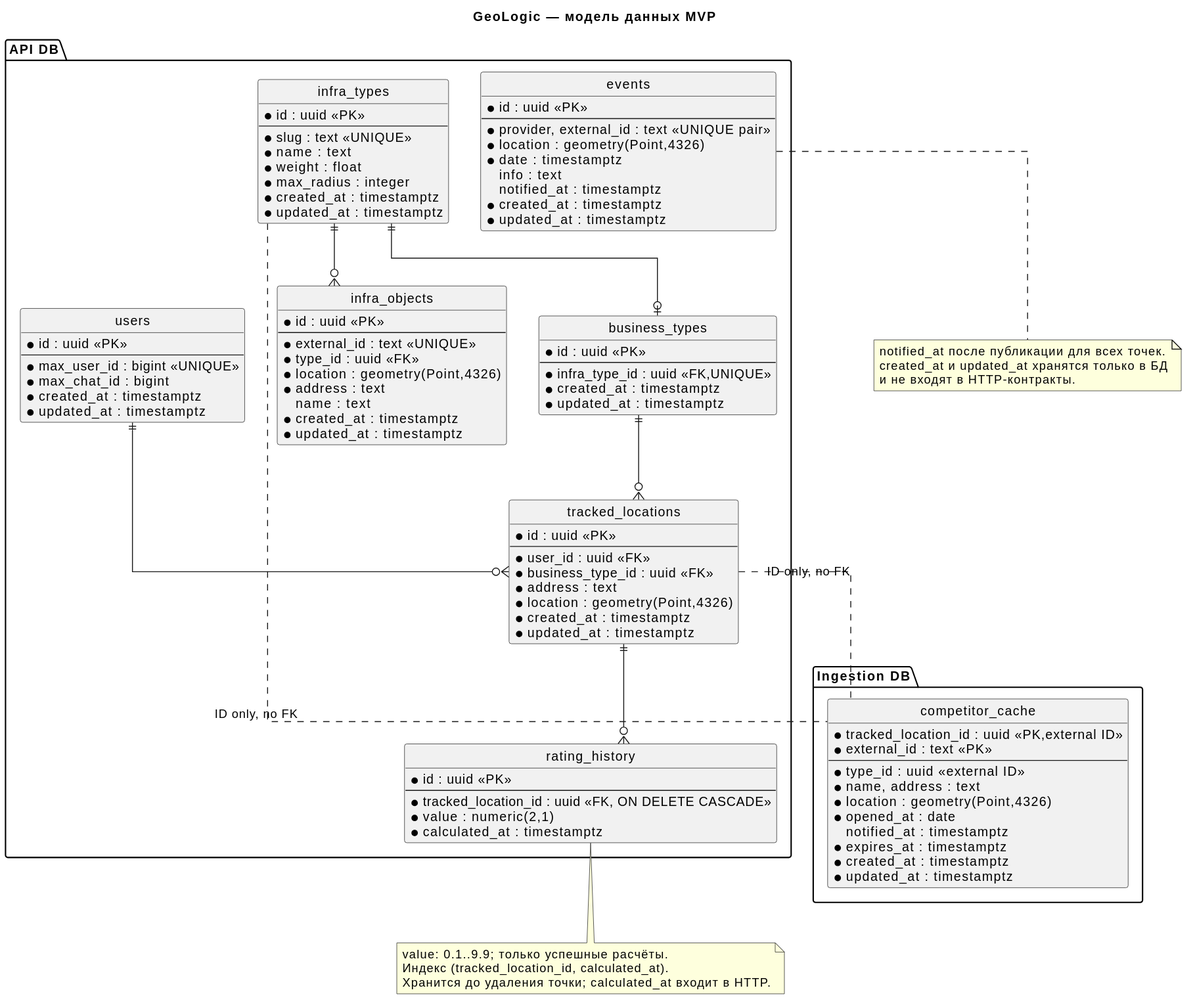
Earlier version of the PlantUML export docs/diagrams/rendered/er-model.svg (kotafan1rich/GeoLogic-Monitor).
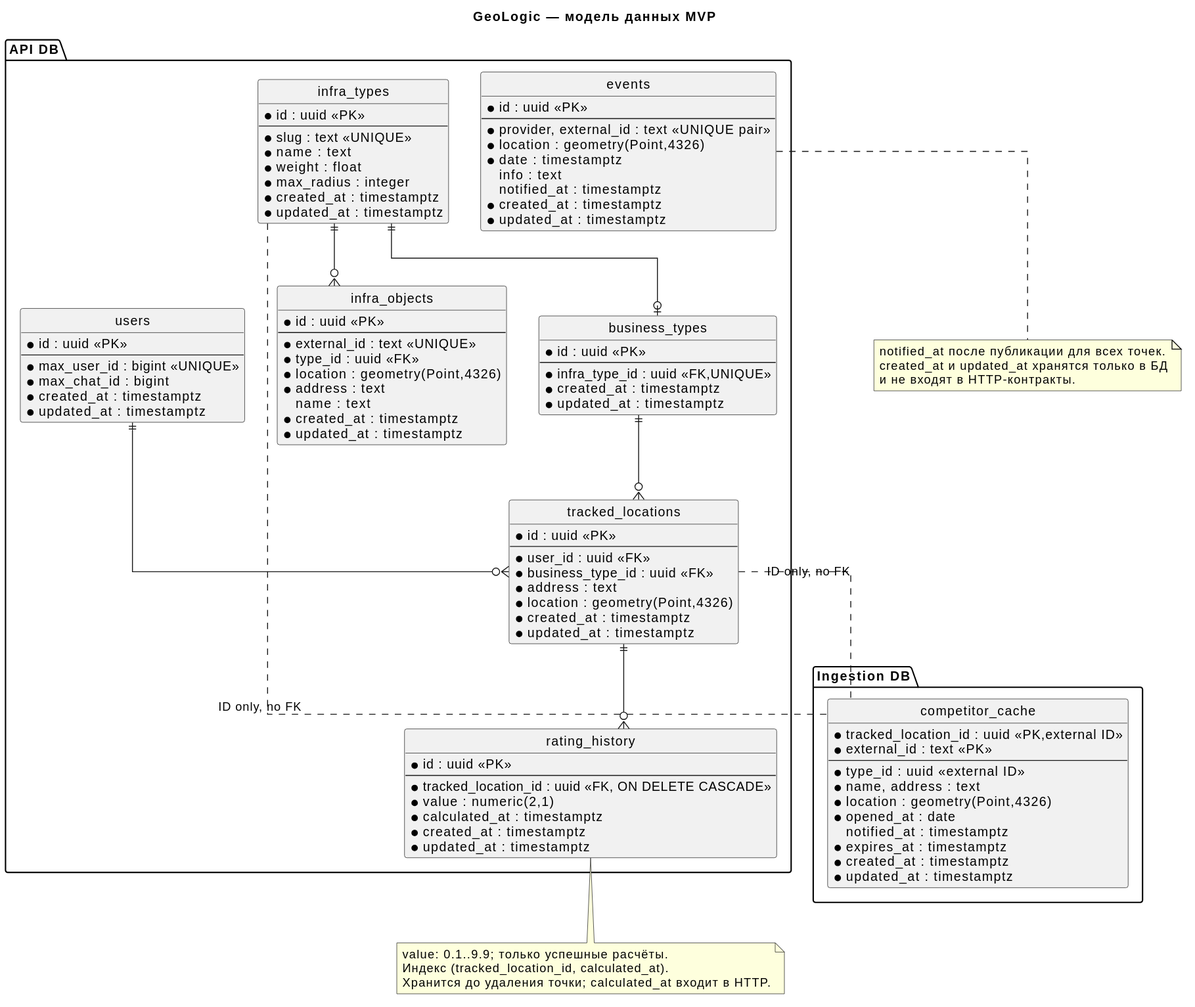
After the change.

Diff of the diagram source:
```diff
@@ -27,6 +27,8 @@
  * tracked_location_id : uuid <<FK, ON DELETE CASCADE>>
  * value : numeric(2,1)
  * calculated_at : timestamptz
+ * created_at : timestamptz
+ * updated_at : timestamptz
 }
 entity infra_types {
  * id : uuid <<PK>>
```
